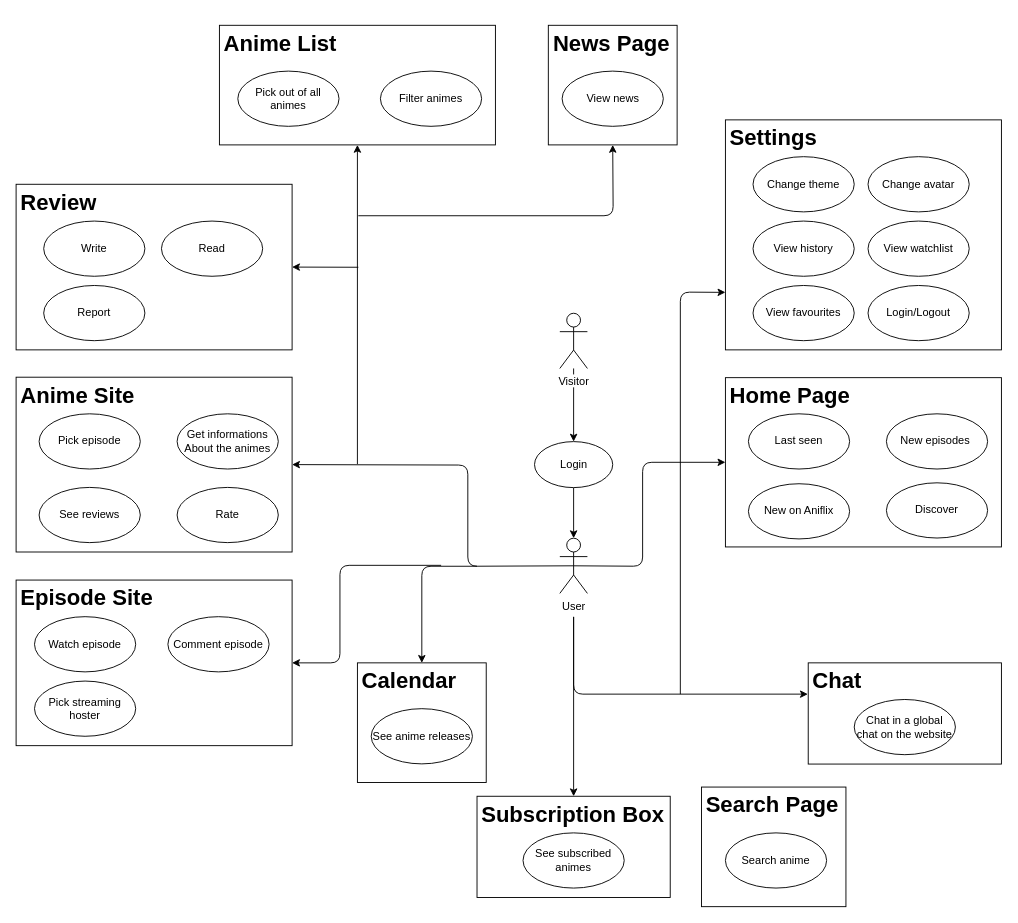
This is docs/UCD_Main.drawio from jdk-21/Aniflix-App, a draw.io file, before an edit. Source tidied: cells renumbered, new cells numbered last; positions are measured from the earlier drawing's top-left corner, leaving out a move shared by most shapes. Both pictures are drawn from the tidied source at 92%, with x=0, y=0 at pixel (16, 25).
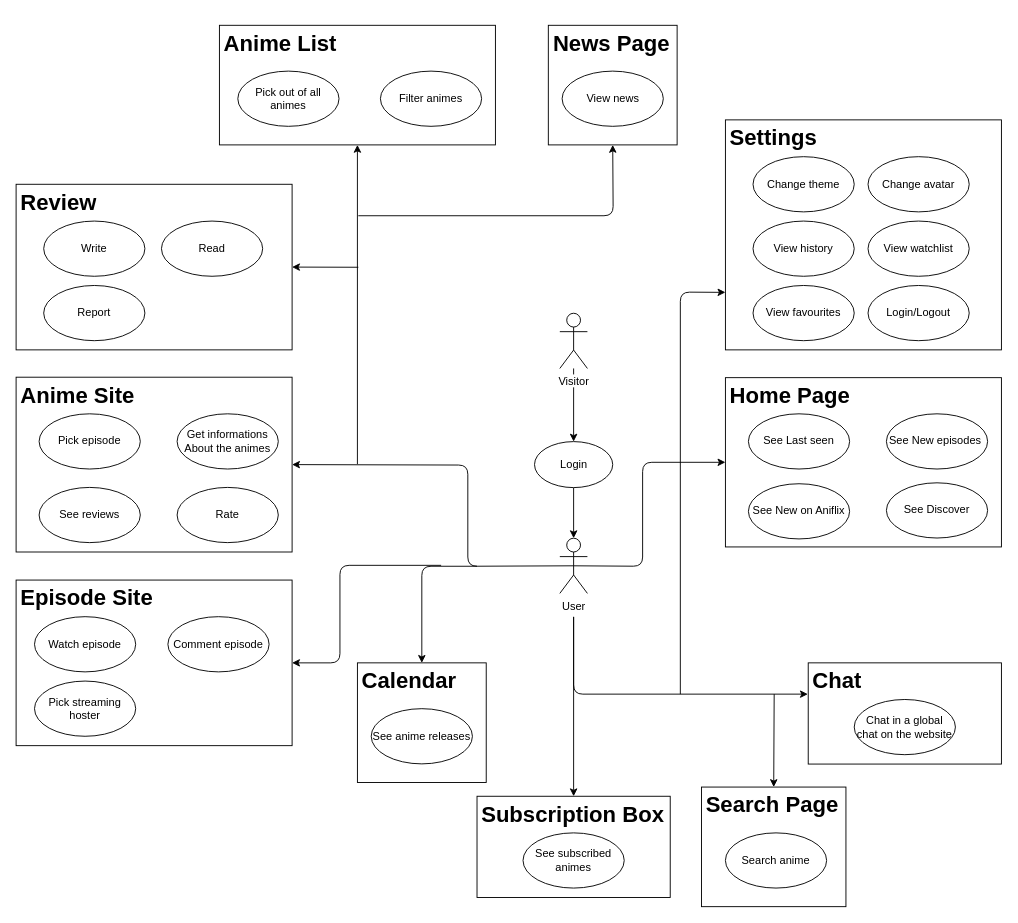
Above is the later version.

The change refers to these unchanged cells:
```xml
<mxCell id="53" value="&lt;h1&gt;Search Page&lt;/h1&gt;" style="text;html=1;strokeColor=#000000;fillColor=none;spacing=5;spacingTop=-20;whiteSpace=wrap;overflow=hidden;rounded=0;" parent="1" vertex="1">
  <mxGeometry x="745" y="828" width="157" height="130" as="geometry" />
</mxCell>
```

The edit, as a diff of the source:
```diff
@@
-    <mxCell id="15" value="New episodes&amp;nbsp;" style="ellipse;whiteSpace=wrap;html=1;strokeColor=#000000;" parent="1" vertex="1">
+    <mxCell id="15" value="See New episodes&amp;nbsp;" style="ellipse;whiteSpace=wrap;html=1;strokeColor=#000000;" parent="1" vertex="1">
       <mxGeometry x="946" y="422.3" width="110" height="60" as="geometry" />
     </mxCell>
-    <mxCell id="16" value="Last seen" style="ellipse;whiteSpace=wrap;html=1;strokeColor=#000000;" parent="1" vertex="1">
+    <mxCell id="16" value="See Last seen" style="ellipse;whiteSpace=wrap;html=1;strokeColor=#000000;" parent="1" vertex="1">
       <mxGeometry x="796" y="422.3" width="110" height="60" as="geometry" />
     </mxCell>
-    <mxCell id="17" value="New on Aniflix" style="ellipse;whiteSpace=wrap;html=1;strokeColor=#000000;" parent="1" vertex="1">
+    <mxCell id="17" value="See New on Aniflix" style="ellipse;whiteSpace=wrap;html=1;strokeColor=#000000;" parent="1" vertex="1">
       <mxGeometry x="796" y="498.3" width="110" height="60" as="geometry" />
     </mxCell>
-    <mxCell id="18" value="Discover" style="ellipse;whiteSpace=wrap;html=1;strokeColor=#000000;" parent="1" vertex="1">
+    <mxCell id="18" value="See Discover" style="ellipse;whiteSpace=wrap;html=1;strokeColor=#000000;" parent="1" vertex="1">
       <mxGeometry x="946" y="497.3" width="110" height="60" as="geometry" />
     </mxCell>
@@
+    <mxCell id="55" style="endArrow=classic;html=1;entryX=0.5;entryY=0;entryDx=0;entryDy=0;" parent="1" edge="1" target="53">
+      <mxGeometry relative="1" as="geometry">
+        <mxPoint x="824" y="727" as="sourcePoint" />
+      </mxGeometry>
+    </mxCell>
```
